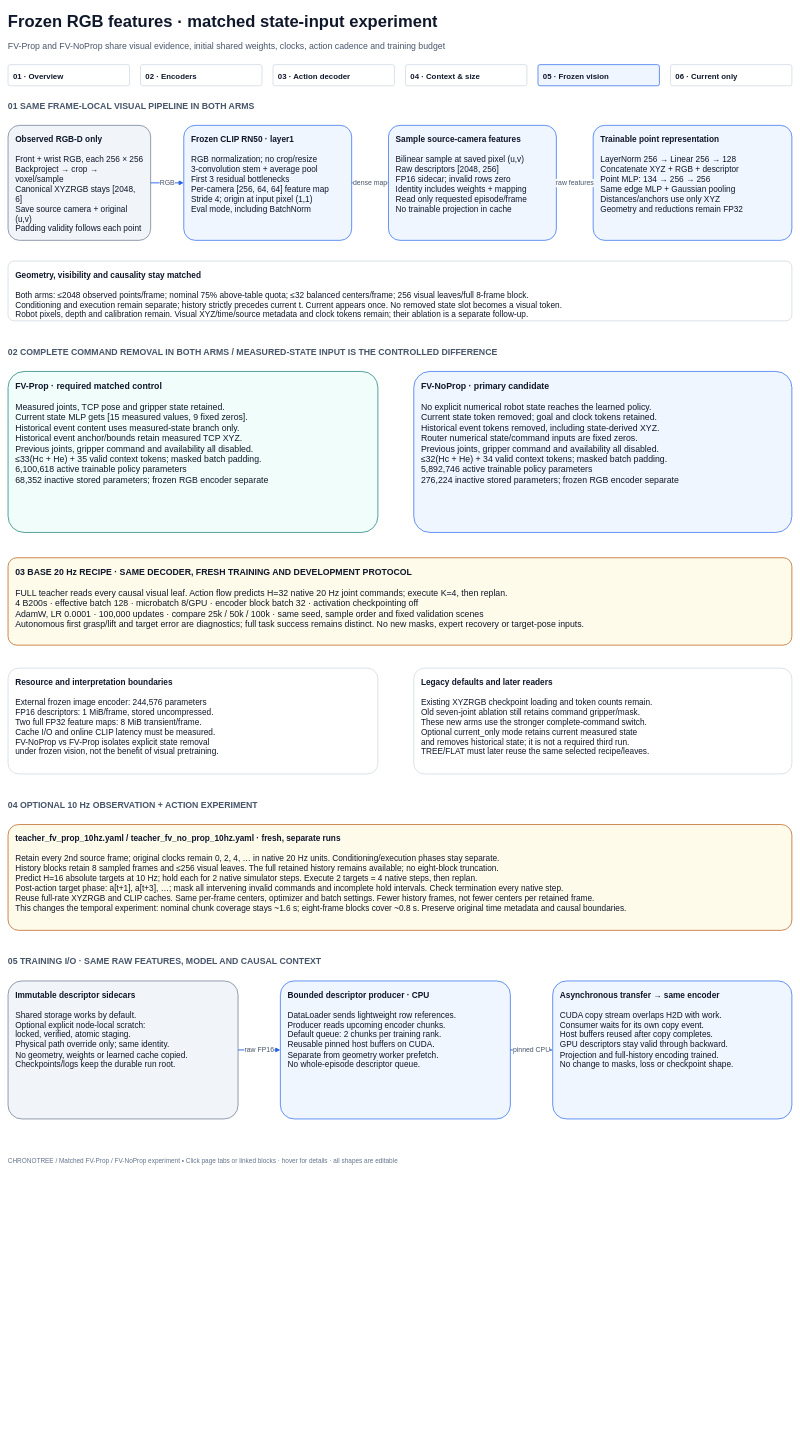
The draw.io diagram page "05 · Frozen vision" (5 of 6) of docs/diagrams/teacher_architecture.drawio in Ricvalp/chronotree, before the edit. Source tidied: cells renumbered, new cells numbered last; positions are measured from the earlier drawing's top-left corner, leaving out a move shared by most shapes. Both pictures are drawn from the tidied source at 46%, with x=0, y=0 at pixel (8, 8).
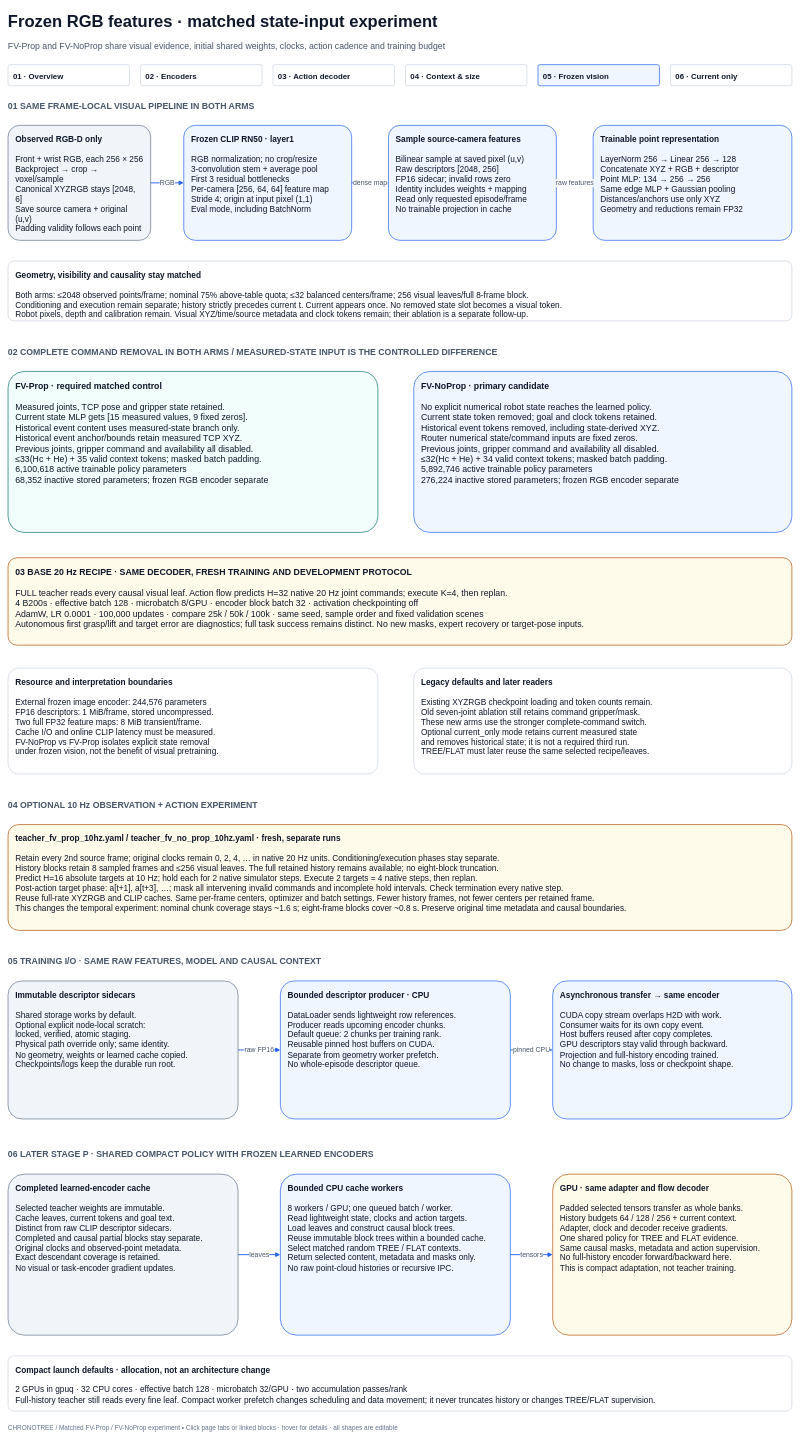
The same diagram, later.

Change to the diagram source:
```diff
@@
     <mxCell id="11" value="CHRONOTREE  /  Matched FV-Prop / FV-NoProp experiment     •     Click page tabs or linked blocks · hover for details · all shapes are editable" style="text;html=1;align=left;verticalAlign=middle;whiteSpace=wrap;overflow=hidden;fontFamily=Arial;fontSize=14;fontColor=#64748B;fontStyle=0;spacing=0;" parent="1" vertex="1">
-      <mxGeometry y="2492" width="1690" height="30" as="geometry" />
+      <mxGeometry y="3072" width="1690" height="30" as="geometry" />
     </mxCell>
@@
+    <mxCell id="35" value="06  LATER STAGE P · SHARED COMPACT POLICY WITH FROZEN LEARNED ENCODERS" style="text;html=1;align=left;verticalAlign=middle;whiteSpace=wrap;overflow=hidden;fontFamily=Arial;fontSize=19;fontColor=#475569;fontStyle=1;spacing=0;" parent="1" vertex="1">
+      <mxGeometry y="2475" width="1704" height="35" as="geometry" />
+    </mxCell>
+    <mxCell id="36" value="&lt;b&gt;Completed learned-encoder cache&lt;/b&gt;&lt;br&gt;&lt;br&gt;Selected teacher weights are immutable.&lt;br&gt;Cache leaves, current tokens and goal text.&lt;br&gt;Distinct from raw CLIP descriptor sidecars.&lt;br&gt;Completed and causal partial blocks stay separate.&lt;br&gt;Original clocks and observed-point metadata.&lt;br&gt;Exact descendant coverage is retained.&lt;br&gt;No visual or task-encoder gradient updates." style="rounded=1;arcSize=10;whiteSpace=wrap;html=1;fillColor=#F1F5F9;strokeColor=#64748B;strokeWidth=1.5;align=left;verticalAlign=top;spacing=16;fontFamily=Arial;fontSize=18;fontColor=#0F172A;shadow=0;" parent="1" vertex="1">
+      <mxGeometry y="2535" width="500" height="350" as="geometry" />
+    </mxCell>
+    <mxCell id="37" value="&lt;b&gt;Bounded CPU cache workers&lt;/b&gt;&lt;br&gt;&lt;br&gt;8 workers / GPU; one queued batch / worker.&lt;br&gt;Read lightweight state, clocks and action targets.&lt;br&gt;Load leaves and construct causal block trees.&lt;br&gt;Reuse immutable block trees within a bounded cache.&lt;br&gt;Select matched random TREE / FLAT contexts.&lt;br&gt;Return selected content, metadata and masks only.&lt;br&gt;No raw point-cloud histories or recursive IPC." style="rounded=1;arcSize=10;whiteSpace=wrap;html=1;fillColor=#EFF6FF;strokeColor=#2563EB;strokeWidth=1.5;align=left;verticalAlign=top;spacing=16;fontFamily=Arial;fontSize=18;fontColor=#0F172A;shadow=0;" parent="1" vertex="1">
+      <mxGeometry x="592" y="2535" width="500" height="350" as="geometry" />
+    </mxCell>
+    <mxCell id="38" value="&lt;b&gt;GPU · same adapter and flow decoder&lt;/b&gt;&lt;br&gt;&lt;br&gt;Padded selected tensors transfer as whole banks.&lt;br&gt;History budgets 64 / 128 / 256 + current context.&lt;br&gt;Adapter, clock and decoder receive gradients.&lt;br&gt;One shared policy for TREE and FLAT evidence.&lt;br&gt;Same causal masks, metadata and action supervision.&lt;br&gt;No full-history encoder forward/backward here.&lt;br&gt;This is compact adaptation, not teacher training." style="rounded=1;arcSize=10;whiteSpace=wrap;html=1;fillColor=#FFFBEB;strokeColor=#B45309;strokeWidth=1.5;align=left;verticalAlign=top;spacing=16;fontFamily=Arial;fontSize=18;fontColor=#0F172A;shadow=0;" parent="1" vertex="1">
+      <mxGeometry x="1184" y="2535" width="520" height="350" as="geometry" />
+    </mxCell>
+    <mxCell id="39" value="leaves" style="edgeStyle=orthogonalEdgeStyle;rounded=1;jettySize=auto;html=1;endArrow=block;endFill=1;strokeColor=#2563EB;strokeWidth=2;fontFamily=Arial;fontSize=15;fontColor=#475569;labelBackgroundColor=#FFFFFF;" parent="1" edge="1" source="36" target="37">
+      <mxGeometry relative="1" as="geometry" />
+    </mxCell>
+    <mxCell id="40" value="tensors" style="edgeStyle=orthogonalEdgeStyle;rounded=1;jettySize=auto;html=1;endArrow=block;endFill=1;strokeColor=#2563EB;strokeWidth=2;fontFamily=Arial;fontSize=15;fontColor=#475569;labelBackgroundColor=#FFFFFF;" parent="1" edge="1" source="37" target="38">
+      <mxGeometry relative="1" as="geometry" />
+    </mxCell>
+    <mxCell id="41" value="&lt;b&gt;Compact launch defaults · allocation, not an architecture change&lt;/b&gt;&lt;br&gt;&lt;br&gt;2 GPUs in gpuq · 32 CPU cores · effective batch 128 · microbatch 32/GPU · two accumulation passes/rank&lt;br&gt;Full-history teacher still reads every fine leaf. Compact worker prefetch changes scheduling and data movement; it never truncates history or changes TREE/FLAT supervision." style="rounded=1;arcSize=10;whiteSpace=wrap;html=1;fillColor=#FFFFFF;strokeColor=#CBD5E1;strokeWidth=1.5;align=left;verticalAlign=top;spacing=16;fontFamily=Arial;fontSize=18;fontColor=#0F172A;shadow=0;" parent="1" vertex="1">
+      <mxGeometry y="2930" width="1704" height="120" as="geometry" />
+    </mxCell>
```
